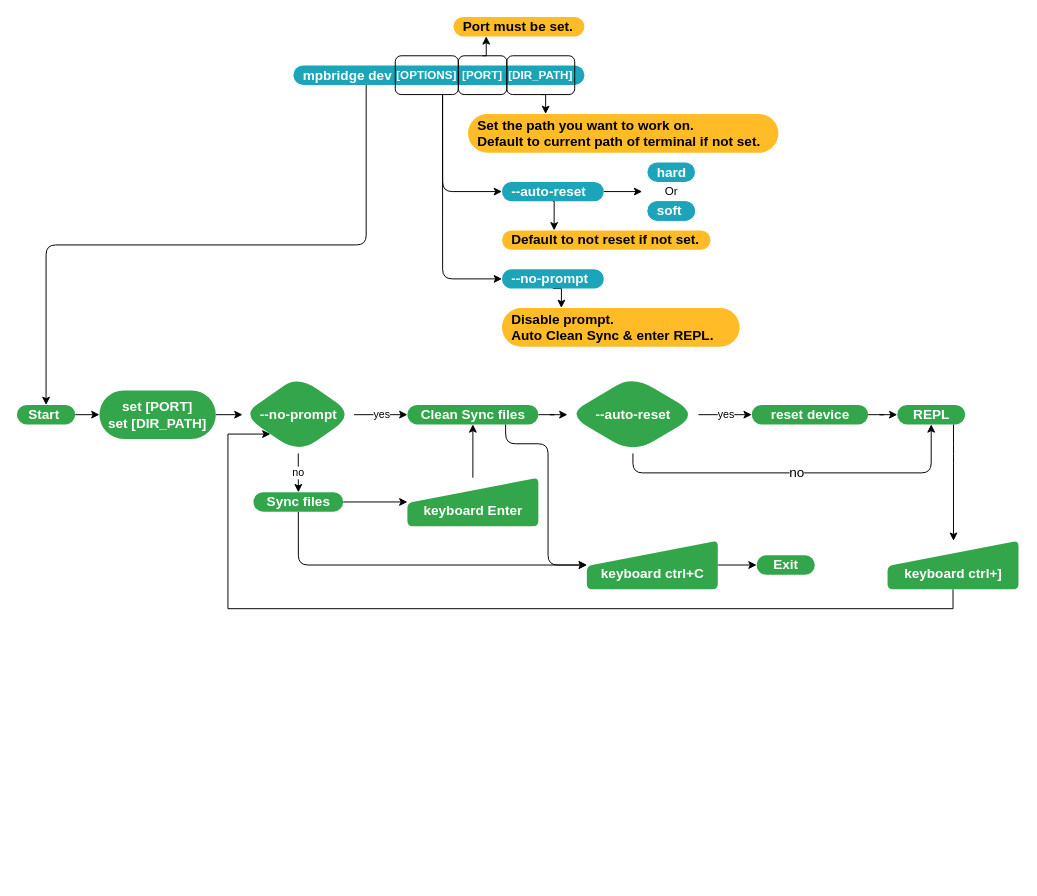
Above: page "Page-1" (1 of 2) of mpbridge.drawio in Wind-stormger/mpbridge-drawio (draw.io), before the change. Source tidied: cells renumbered, new cells numbered last; positions are measured from the earlier drawing's top-left corner, leaving out a move shared by most shapes. Both pictures are drawn from the tidied source at 97%, with x=0, y=0 at pixel (16, 16).
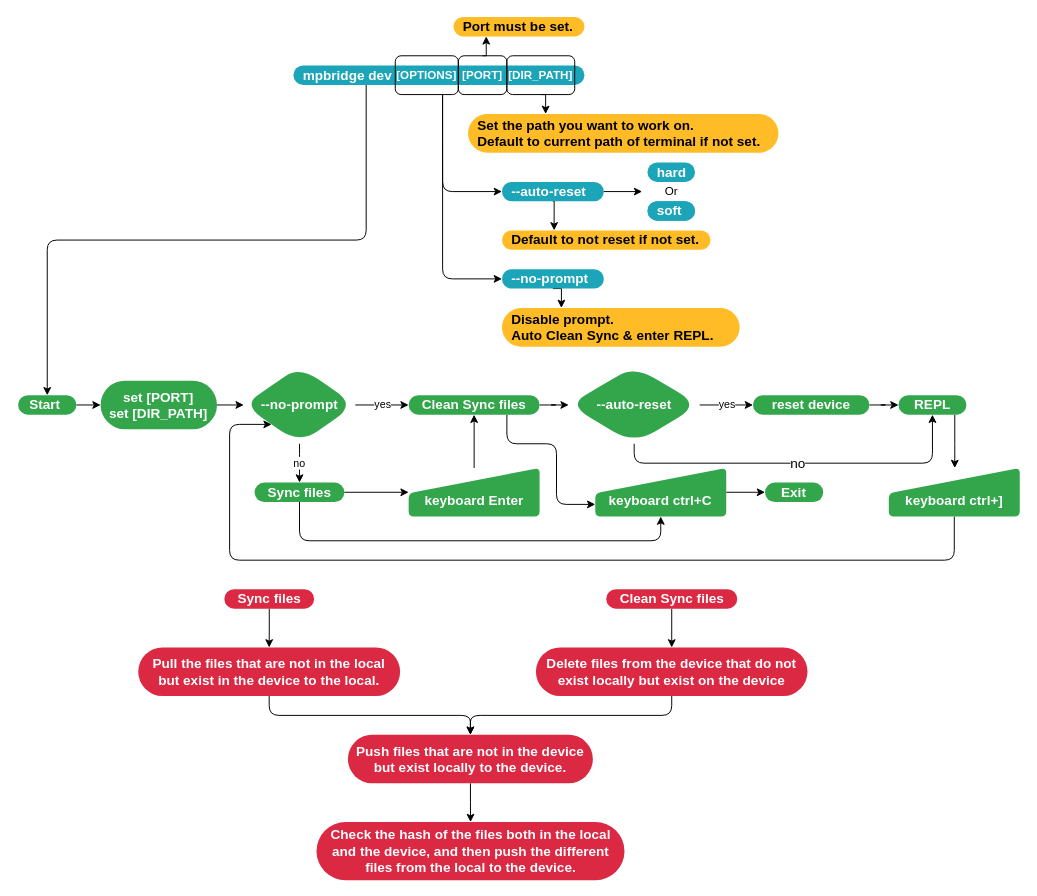
After the change.

The edit, as a diff of the source:
```diff
@@
     <mxCell id="27" value="Start&amp;nbsp;" style="rounded=1;whiteSpace=wrap;html=1;arcSize=50;strokeColor=none;strokeWidth=1;fillColor=#33A64C;fontColor=#FFFFFF;whiteSpace=wrap;align=center;verticalAlign=middle;spacingLeft=0;fontStyle=1;fontSize=14;spacing=10;fillStyle=auto;" parent="1" vertex="1">
-      <mxGeometry y="400" width="60" height="20" as="geometry" />
+      <mxGeometry x="1.2" y="390" width="60" height="20" as="geometry" />
     </mxCell>
@@
     <mxCell id="30" value="--no-prompt" style="rhombus;whiteSpace=wrap;html=1;fontSize=14;fillColor=#33A64C;strokeColor=none;fontColor=#FFFFFF;rounded=1;arcSize=50;strokeWidth=1;spacingLeft=0;fontStyle=1;spacing=10;fillStyle=auto;" parent="1" vertex="1">
-      <mxGeometry x="232.5" y="370" width="115" height="80" as="geometry" />
+      <mxGeometry x="233.8" y="360" width="115" height="80" as="geometry" />
     </mxCell>
@@
-    <mxCell id="32" style="edgeStyle=orthogonalEdgeStyle;rounded=1;jettySize=auto;html=1;exitX=0.75;exitY=1;exitDx=0;exitDy=0;entryX=0;entryY=0.5;entryDx=0;entryDy=0;labelBorderColor=none;fontSize=14;fontColor=#000000;" parent="1" edge="1" source="33" target="49">
+    <mxCell id="32" style="edgeStyle=orthogonalEdgeStyle;rounded=1;jettySize=auto;html=1;exitX=0.75;exitY=1;exitDx=0;exitDy=0;entryX=0;entryY=0.75;entryDx=0;entryDy=0;fontColor=#000000;" parent="1" edge="1" source="33" target="49">
       <mxGeometry relative="1" as="geometry">
         <Array as="points">
-          <mxPoint x="503.5" y="440" />
-          <mxPoint x="547.5" y="440" />
-          <mxPoint x="547.5" y="565" />
+          <mxPoint x="505.2" y="440" />
+          <mxPoint x="556.2" y="440" />
+          <mxPoint x="556.2" y="503" />
         </Array>
       </mxGeometry>
     </mxCell>
     <mxCell id="33" value="Clean Sync files" style="whiteSpace=wrap;html=1;fontSize=14;fillColor=#33A64C;strokeColor=none;fontColor=#FFFFFF;rounded=1;arcSize=50;strokeWidth=1;spacingLeft=0;fontStyle=1;spacing=10;fillStyle=auto;" parent="1" vertex="1">
-      <mxGeometry x="402.5" y="400" width="135" height="20" as="geometry" />
+      <mxGeometry x="403.8" y="390" width="135" height="20" as="geometry" />
     </mxCell>
@@
     <mxCell id="36" value="--auto-reset" style="rhombus;whiteSpace=wrap;html=1;fontSize=14;fillColor=#33A64C;strokeColor=none;fontColor=#FFFFFF;rounded=1;arcSize=50;strokeWidth=1;spacingLeft=0;fontStyle=1;spacing=10;fillStyle=auto;" parent="1" vertex="1">
-      <mxGeometry x="567.5" y="370" width="135" height="80" as="geometry" />
+      <mxGeometry x="568.8" y="360" width="135" height="80" as="geometry" />
     </mxCell>
@@
     <mxCell id="38" value="reset device" style="whiteSpace=wrap;html=1;fontSize=14;fillColor=#33A64C;strokeColor=none;fontColor=#FFFFFF;rounded=1;arcSize=50;strokeWidth=1;spacingLeft=0;fontStyle=1;spacing=10;fillStyle=auto;" parent="1" vertex="1">
-      <mxGeometry x="757.5" y="400" width="120" height="20" as="geometry" />
+      <mxGeometry x="758.8" y="390" width="120" height="20" as="geometry" />
     </mxCell>
@@
-    <mxCell id="40" style="edgeStyle=orthogonalEdgeStyle;rounded=1;jettySize=auto;html=1;exitX=0.5;exitY=1;exitDx=0;exitDy=0;entryX=0;entryY=0.5;entryDx=0;entryDy=0;labelBorderColor=none;fontSize=14;fontColor=#000000;" parent="1" edge="1" source="41" target="49">
-      <mxGeometry relative="1" as="geometry" />
+    <mxCell id="40" style="edgeStyle=orthogonalEdgeStyle;rounded=1;jettySize=auto;html=1;exitX=0.5;exitY=1;exitDx=0;exitDy=0;entryX=0.5;entryY=1;entryDx=0;entryDy=0;fontColor=#000000;" parent="1" edge="1" source="41" target="49">
+      <mxGeometry relative="1" as="geometry">
+        <Array as="points">
+          <mxPoint x="291.2" y="540" />
+          <mxPoint x="663.2" y="540" />
+        </Array>
+      </mxGeometry>
     </mxCell>
     <mxCell id="41" value="Sync files" style="rounded=1;whiteSpace=wrap;html=1;arcSize=50;strokeColor=none;strokeWidth=1;fillColor=#33A64C;fontColor=#FFFFFF;whiteSpace=wrap;align=center;verticalAlign=middle;spacingLeft=0;fontStyle=1;fontSize=14;spacing=10;fillStyle=auto;" parent="1" vertex="1">
-      <mxGeometry x="243.8" y="490" width="92.5" height="20" as="geometry" />
+      <mxGeometry x="245" y="480" width="92.5" height="20" as="geometry" />
     </mxCell>
@@
     <mxCell id="43" value="&lt;font color=&quot;#ffffff&quot; style=&quot;font-size: 14px;&quot;&gt;&lt;b&gt;&amp;nbsp; &amp;nbsp; &amp;nbsp; &lt;br&gt;keyboard Enter&lt;/b&gt;&lt;/font&gt;" style="html=1;strokeWidth=2;shape=manualInput;whiteSpace=wrap;rounded=1;size=26;arcSize=11;fillStyle=auto;strokeColor=none;fillColor=#33a64c;" parent="1" vertex="1">
-      <mxGeometry x="402.5" y="475" width="135" height="50" as="geometry" />
+      <mxGeometry x="403.8" y="465" width="135" height="50" as="geometry" />
     </mxCell>
     <mxCell id="44" style="edgeStyle=orthogonalEdgeStyle;rounded=1;jettySize=auto;html=1;labelBorderColor=none;fontSize=14;fontColor=#FFFFFF;" parent="1" edge="1" source="45" target="47">
       <mxGeometry relative="1" as="geometry">
         <Array as="points">
-          <mxPoint x="965.5" y="450" />
-          <mxPoint x="965.5" y="450" />
+          <mxPoint x="966.8" y="440" />
+          <mxPoint x="966.8" y="440" />
         </Array>
       </mxGeometry>
     </mxCell>
     <mxCell id="45" value="REPL" style="whiteSpace=wrap;html=1;fontSize=14;fillColor=#33A64C;strokeColor=none;fontColor=#FFFFFF;rounded=1;arcSize=50;strokeWidth=1;spacingLeft=0;fontStyle=1;spacing=10;fillStyle=auto;" parent="1" vertex="1">
-      <mxGeometry x="907.5" y="400" width="70" height="20" as="geometry" />
+      <mxGeometry x="908.8" y="390" width="70" height="20" as="geometry" />
     </mxCell>
-    <mxCell id="46" style="edgeStyle=orthogonalEdgeStyle;rounded=0;jettySize=auto;html=1;exitX=0.5;exitY=1;exitDx=0;exitDy=0;entryX=0;entryY=1;entryDx=0;entryDy=0;fontColor=#FFFFFF;" parent="1" edge="1" source="47" target="30">
+    <mxCell id="46" style="edgeStyle=orthogonalEdgeStyle;rounded=1;jettySize=auto;html=1;exitX=0.5;exitY=1;exitDx=0;exitDy=0;entryX=0;entryY=1;entryDx=0;entryDy=0;fontColor=#FFFFFF;" parent="1" edge="1" source="47" target="30">
       <mxGeometry relative="1" as="geometry">
         <Array as="points">
-          <mxPoint x="965.5" y="610" />
-          <mxPoint x="217.5" y="610" />
-          <mxPoint x="217.5" y="430" />
+          <mxPoint x="966.2" y="560" />
+          <mxPoint x="219.2" y="560" />
+          <mxPoint x="219.2" y="420" />
         </Array>
       </mxGeometry>
     </mxCell>
     <mxCell id="47" value="&lt;font color=&quot;#ffffff&quot; style=&quot;font-size: 14px;&quot;&gt;&lt;b&gt;&amp;nbsp; &amp;nbsp; &amp;nbsp; &lt;br&gt;keyboard ctrl+]&lt;/b&gt;&lt;/font&gt;" style="html=1;strokeWidth=2;shape=manualInput;whiteSpace=wrap;rounded=1;size=26;arcSize=11;fillStyle=auto;strokeColor=none;fillColor=#33a64c;" parent="1" vertex="1">
-      <mxGeometry x="897.5" y="540" width="135" height="50" as="geometry" />
+      <mxGeometry x="898.8" y="465" width="135" height="50" as="geometry" />
     </mxCell>
@@
     <mxCell id="49" value="&lt;font color=&quot;#ffffff&quot; style=&quot;font-size: 14px;&quot;&gt;&lt;b&gt;&amp;nbsp; &amp;nbsp; &amp;nbsp; &lt;br&gt;keyboard ctrl+C&lt;/b&gt;&lt;/font&gt;" style="html=1;strokeWidth=2;shape=manualInput;whiteSpace=wrap;rounded=1;size=26;arcSize=11;fillStyle=auto;strokeColor=none;fillColor=#33a64c;" parent="1" vertex="1">
-      <mxGeometry x="587.5" y="540" width="135" height="50" as="geometry" />
+      <mxGeometry x="596.2" y="465" width="135" height="50" as="geometry" />
     </mxCell>
     <mxCell id="50" value="Exit" style="rounded=1;whiteSpace=wrap;html=1;arcSize=50;strokeColor=none;strokeWidth=1;fillColor=#33A64C;fontColor=#FFFFFF;whiteSpace=wrap;align=center;verticalAlign=middle;spacingLeft=0;fontStyle=1;fontSize=14;spacing=10;fillStyle=auto;" parent="1" vertex="1">
-      <mxGeometry x="762.5" y="555" width="60" height="20" as="geometry" />
+      <mxGeometry x="771.2" y="480" width="60" height="20" as="geometry" />
     </mxCell>
@@
     <mxCell id="52" value="set [PORT]&lt;br&gt;set&amp;nbsp;[DIR_PATH]" style="whiteSpace=wrap;html=1;fontSize=14;fillColor=#33A64C;strokeColor=none;fontColor=#FFFFFF;rounded=1;arcSize=50;strokeWidth=1;spacingLeft=0;fontStyle=1;spacing=10;fillStyle=auto;" parent="1" vertex="1">
-      <mxGeometry x="85" y="385" width="120" height="50" as="geometry" />
+      <mxGeometry x="86.2" y="375" width="120" height="50" as="geometry" />
     </mxCell>
+    <mxCell id="53" style="edgeStyle=orthogonalEdgeStyle;rounded=0;jettySize=auto;html=1;fontColor=#000000;" parent="1" edge="1" source="54" target="58">
+      <mxGeometry relative="1" as="geometry" />
+    </mxCell>
+    <mxCell id="54" value="Sync files" style="rounded=1;whiteSpace=wrap;html=1;arcSize=50;strokeColor=none;strokeWidth=1;fillColor=#DB2843;fontColor=#FFFFFF;whiteSpace=wrap;align=center;verticalAlign=middle;spacingLeft=0;fontStyle=1;fontSize=14;spacing=10;fillStyle=auto;" parent="1" vertex="1">
+      <mxGeometry x="213.8" y="590" width="92.5" height="20" as="geometry" />
+    </mxCell>
+    <mxCell id="55" style="edgeStyle=orthogonalEdgeStyle;rounded=0;jettySize=auto;html=1;fontColor=#000000;" parent="1" edge="1" source="56" target="60">
+      <mxGeometry relative="1" as="geometry" />
+    </mxCell>
+    <mxCell id="56" value="Clean Sync files" style="whiteSpace=wrap;html=1;fontSize=14;fillColor=#DB2843;strokeColor=none;fontColor=#FFFFFF;rounded=1;arcSize=50;strokeWidth=1;spacingLeft=0;fontStyle=1;spacing=10;fillStyle=auto;" parent="1" vertex="1">
+      <mxGeometry x="607.5" y="590" width="135" height="20" as="geometry" />
+    </mxCell>
+    <mxCell id="57" style="edgeStyle=orthogonalEdgeStyle;rounded=1;jettySize=auto;html=1;exitX=0.5;exitY=1;exitDx=0;exitDy=0;entryX=0.5;entryY=0;entryDx=0;entryDy=0;fontColor=#000000;" parent="1" edge="1" source="58" target="62">
+      <mxGeometry relative="1" as="geometry" />
+    </mxCell>
+    <mxCell id="58" value="Pull the files that are not in the local but exist in the device to the local." style="whiteSpace=wrap;html=1;fontSize=14;fillColor=#db2843;strokeColor=none;fontColor=#FFFFFF;rounded=1;arcSize=50;strokeWidth=1;spacingLeft=0;fontStyle=1;spacing=10;fillStyle=auto;" parent="1" vertex="1">
+      <mxGeometry x="125" y="650" width="270" height="50" as="geometry" />
+    </mxCell>
+    <mxCell id="59" style="edgeStyle=orthogonalEdgeStyle;rounded=1;jettySize=auto;html=1;exitX=0.5;exitY=1;exitDx=0;exitDy=0;entryX=0.5;entryY=0;entryDx=0;entryDy=0;fontColor=#000000;" parent="1" edge="1" source="60" target="62">
+      <mxGeometry relative="1" as="geometry" />
+    </mxCell>
+    <mxCell id="60" value="Delete files from the device that do not exist locally but exist on the device" style="whiteSpace=wrap;html=1;fontSize=14;fillColor=#db2843;strokeColor=none;fontColor=#FFFFFF;rounded=1;arcSize=50;strokeWidth=1;spacingLeft=0;fontStyle=1;spacing=10;fillStyle=auto;" parent="1" vertex="1">
+      <mxGeometry x="535" y="650" width="280" height="50" as="geometry" />
+    </mxCell>
+    <mxCell id="61" style="edgeStyle=orthogonalEdgeStyle;rounded=0;jettySize=auto;html=1;fontColor=#000000;" parent="1" edge="1" source="62" target="63">
+      <mxGeometry relative="1" as="geometry" />
+    </mxCell>
+    <mxCell id="62" value="Push files that are not in the device but exist locally to the device." style="whiteSpace=wrap;html=1;fontSize=14;fillColor=#db2843;strokeColor=none;fontColor=#FFFFFF;rounded=1;arcSize=50;strokeWidth=1;spacingLeft=0;fontStyle=1;spacing=10;fillStyle=auto;" parent="1" vertex="1">
+      <mxGeometry x="341.2" y="740" width="252.5" height="50" as="geometry" />
+    </mxCell>
+    <mxCell id="63" value="Check the hash of the files both in the local and the device,&amp;nbsp;and then push the different files from the local to the device." style="whiteSpace=wrap;html=1;fontSize=14;fillColor=#db2843;strokeColor=none;fontColor=#FFFFFF;rounded=1;arcSize=50;strokeWidth=1;spacingLeft=0;fontStyle=1;spacing=10;fillStyle=auto;" parent="1" vertex="1">
+      <mxGeometry x="308.8" y="830" width="317.5" height="60" as="geometry" />
+    </mxCell>
```
